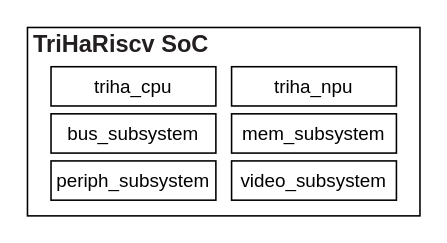
Before: page "SoC顶层框图" (2 of 14) of docs/technical-report/figure/rv32-soc.drawio in wan-yuanxing/TriHaRiscv-v3, a draw.io diagram. Source tidied: cells renumbered, new cells numbered last; positions are measured from the earlier drawing's top-left corner, leaving out a move shared by most shapes. Both pictures are drawn from the tidied source at 157%, with x=0, y=0 at pixel (27, 27).
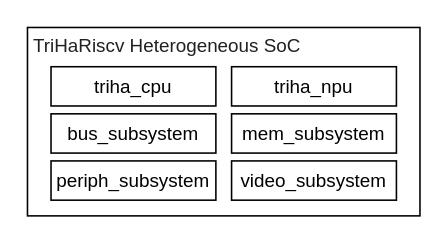
The same page after the edit.

Diff of the diagram source:
```diff
@@
 <mxGraphModel>
   <root>
     <mxCell id="0" />
     <mxCell id="1" parent="0" />
     <mxCell id="2" style="rounded=0;whiteSpace=wrap;html=1;" parent="1" vertex="1">
       <mxGeometry width="250" height="120" as="geometry" />
     </mxCell>
-    <mxCell id="3" value="&lt;div style=&quot;font-size:15px;line-height:18px;font-weight:bold;&quot;&gt;TriHaRiscv SoC&lt;/div&gt;" style="text;rounded=0;whiteSpace=wrap;html=1;strokeColor=none;fillColor=none;fontColor=#231F20;fontFamily=Helvetica;fontSize=15;align=center;verticalAlign=middle;spacing=0;shadow=0;align=left;fontStyle=1;fontSize=18;" parent="1" vertex="1">
+    <mxCell id="3" value="&lt;div style=&quot;line-height: 18px;&quot;&gt;&lt;span style=&quot;font-weight: normal;&quot;&gt;&lt;font style=&quot;font-size: 12px;&quot;&gt;TriHaRiscv&amp;nbsp;&lt;/font&gt;&lt;/span&gt;&lt;span style=&quot;background-color: transparent; color: light-dark(rgb(35, 31, 32), rgb(212, 209, 209)); font-weight: normal;&quot;&gt;&lt;font style=&quot;font-size: 12px;&quot;&gt;Heterogeneous&amp;nbsp;&lt;/font&gt;&lt;/span&gt;&lt;span style=&quot;font-size: 12px; font-weight: normal; background-color: transparent; color: light-dark(rgb(35, 31, 32), rgb(212, 209, 209));&quot;&gt;SoC&lt;/span&gt;&lt;/div&gt;" style="text;rounded=0;whiteSpace=wrap;html=1;strokeColor=none;fillColor=none;fontColor=#231F20;fontFamily=Helvetica;fontSize=15;align=center;verticalAlign=middle;spacing=0;shadow=0;align=left;fontStyle=1;fontSize=18;" parent="1" vertex="1">
       <mxGeometry x="5" y="1" width="115" height="19" as="geometry">
         <mxPoint x="-1" y="-1" as="offset" />
       </mxGeometry>
     </mxCell>
     <mxCell id="4" value="triha_cpu" style="rounded=0;whiteSpace=wrap;html=1;" parent="1" vertex="1">
       <mxGeometry x="15" y="25" width="105" height="25" as="geometry" />
     </mxCell>
     <mxCell id="5" value="triha_npu" style="rounded=0;whiteSpace=wrap;html=1;" parent="1" vertex="1">
       <mxGeometry x="130" y="25" width="105" height="25" as="geometry" />
     </mxCell>
     <mxCell id="6" value="bus_subsystem" style="rounded=0;whiteSpace=wrap;html=1;" parent="1" vertex="1">
       <mxGeometry x="15" y="55" width="105" height="25" as="geometry" />
     </mxCell>
     <mxCell id="7" value="mem_subsystem" style="rounded=0;whiteSpace=wrap;html=1;" parent="1" vertex="1">
       <mxGeometry x="130" y="55" width="105" height="25" as="geometry" />
     </mxCell>
     <mxCell id="8" value="periph_subsystem" style="rounded=0;whiteSpace=wrap;html=1;" parent="1" vertex="1">
       <mxGeometry x="15" y="85" width="105" height="25" as="geometry" />
     </mxCell>
     <mxCell id="9" value="video_subsystem" style="rounded=0;whiteSpace=wrap;html=1;" parent="1" vertex="1">
       <mxGeometry x="130" y="85" width="105" height="25" as="geometry" />
     </mxCell>
   </root>
 </mxGraphModel>
```
